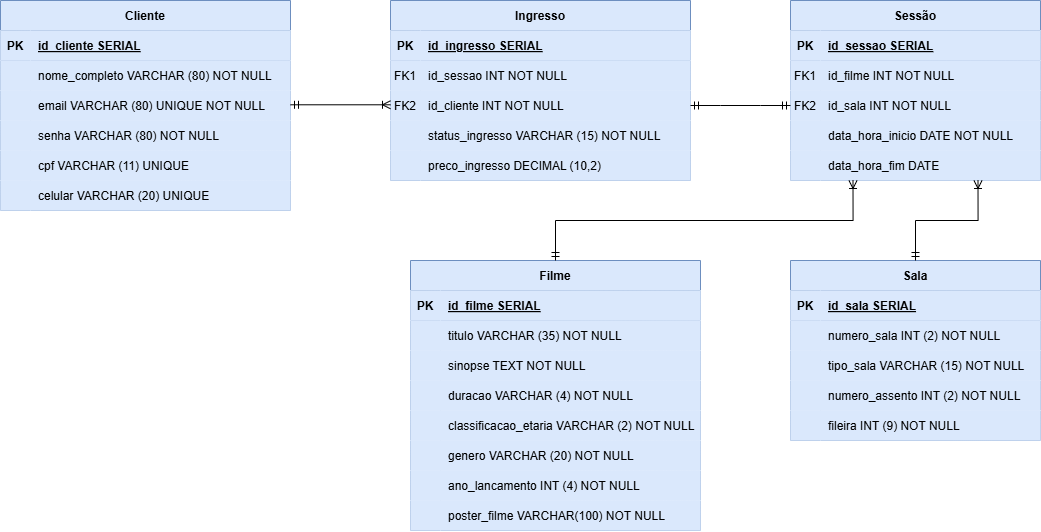
This is docs/modelagem/DER.drawio.png from jmr230584/backend-Devengers, a draw.io export, as it was before one commit. Source tidied: cells renumbered, new cells last; positions are measured from the earlier drawing's top-left corner, leaving out a move shared by most shapes.
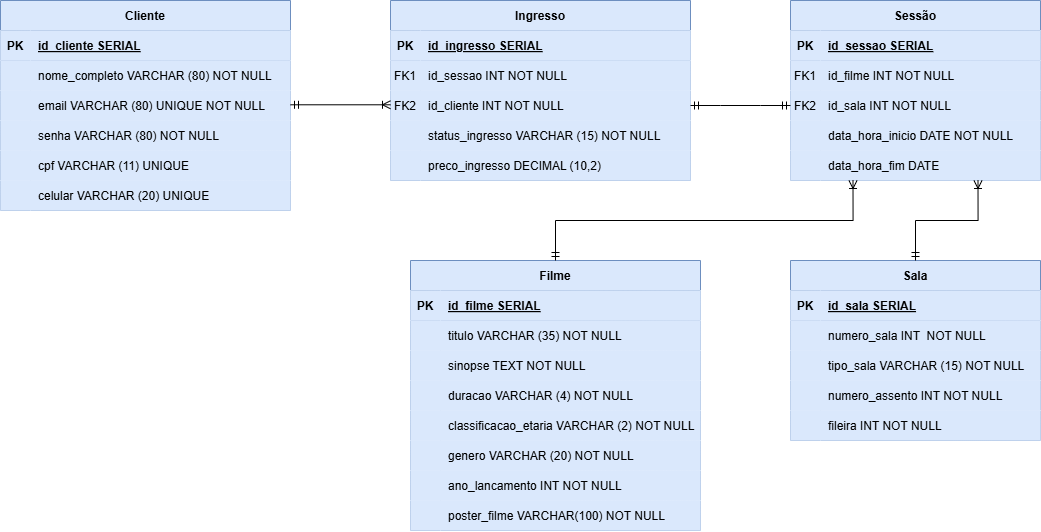
The same diagram one commit later.

Diff of the diagram source:
```diff
@@ -218,7 +218,7 @@
     <mxCell id="73" style="shape=partialRectangle;overflow=hidden;fillColor=#dae8fc;top=0;left=0;bottom=0;right=0;strokeColor=#6c8ebf;" parent="72" vertex="1">
       <mxGeometry width="30" height="30" as="geometry" />
     </mxCell>
-    <mxCell id="74" value="ano_lancamento INT (4) NOT NULL" style="shape=partialRectangle;overflow=hidden;fillColor=#dae8fc;top=0;left=0;bottom=0;right=0;align=left;spacingLeft=6;strokeColor=#6c8ebf;" parent="72" vertex="1">
+    <mxCell id="74" value="ano_lancamento INT NOT NULL" style="shape=partialRectangle;overflow=hidden;fillColor=#dae8fc;top=0;left=0;bottom=0;right=0;align=left;spacingLeft=6;strokeColor=#6c8ebf;" parent="72" vertex="1">
       <mxGeometry x="30" width="260" height="30" as="geometry" />
     </mxCell>
     <mxCell id="75" style="shape=partialRectangle;fillColor=#dae8fc;top=0;left=0;right=0;bottom=0;strokeColor=#6c8ebf;" parent="53" vertex="1">
@@ -248,7 +248,7 @@
     <mxCell id="83" style="shape=partialRectangle;overflow=hidden;fillColor=#dae8fc;top=0;left=0;bottom=0;right=0;strokeColor=#6c8ebf;" parent="82" vertex="1">
       <mxGeometry width="30" height="30" as="geometry" />
     </mxCell>
-    <mxCell id="84" value="numero_sala INT (2) NOT NULL" style="shape=partialRectangle;overflow=hidden;fillColor=#dae8fc;top=0;left=0;bottom=0;right=0;align=left;spacingLeft=6;strokeColor=#6c8ebf;" parent="82" vertex="1">
+    <mxCell id="84" value="numero_sala INT  NOT NULL" style="shape=partialRectangle;overflow=hidden;fillColor=#dae8fc;top=0;left=0;bottom=0;right=0;align=left;spacingLeft=6;strokeColor=#6c8ebf;" parent="82" vertex="1">
       <mxGeometry x="30" width="220" height="30" as="geometry" />
     </mxCell>
     <mxCell id="85" style="shape=partialRectangle;fillColor=#dae8fc;top=0;left=0;right=0;bottom=0;strokeColor=#6c8ebf;" parent="78" vertex="1">
@@ -266,7 +266,7 @@
     <mxCell id="89" style="shape=partialRectangle;overflow=hidden;fillColor=#dae8fc;top=0;left=0;bottom=0;right=0;strokeColor=#6c8ebf;" parent="88" vertex="1">
       <mxGeometry width="30" height="30" as="geometry" />
     </mxCell>
-    <mxCell id="90" value="numero_assento INT (2) NOT NULL" style="shape=partialRectangle;overflow=hidden;fillColor=#dae8fc;top=0;left=0;bottom=0;right=0;align=left;spacingLeft=6;strokeColor=#6c8ebf;" parent="88" vertex="1">
+    <mxCell id="90" value="numero_assento INT NOT NULL" style="shape=partialRectangle;overflow=hidden;fillColor=#dae8fc;top=0;left=0;bottom=0;right=0;align=left;spacingLeft=6;strokeColor=#6c8ebf;" parent="88" vertex="1">
       <mxGeometry x="30" width="220" height="30" as="geometry" />
     </mxCell>
     <mxCell id="91" style="shape=partialRectangle;fillColor=#dae8fc;top=0;left=0;right=0;bottom=0;strokeColor=#6c8ebf;" parent="78" vertex="1">
@@ -275,7 +275,7 @@
     <mxCell id="92" style="shape=partialRectangle;overflow=hidden;fillColor=#dae8fc;top=0;left=0;bottom=0;right=0;strokeColor=#6c8ebf;" parent="91" vertex="1">
       <mxGeometry width="30" height="30" as="geometry" />
     </mxCell>
-    <mxCell id="93" value="fileira INT (9) NOT NULL" style="shape=partialRectangle;overflow=hidden;fillColor=#dae8fc;top=0;left=0;bottom=0;right=0;align=left;spacingLeft=6;strokeColor=#6c8ebf;" parent="91" vertex="1">
+    <mxCell id="93" value="fileira INT NOT NULL" style="shape=partialRectangle;overflow=hidden;fillColor=#dae8fc;top=0;left=0;bottom=0;right=0;align=left;spacingLeft=6;strokeColor=#6c8ebf;" parent="91" vertex="1">
       <mxGeometry x="30" width="220" height="30" as="geometry" />
     </mxCell>
     <mxCell id="94" style="fontSize=12;html=1;endArrow=ERoneToMany;startArrow=ERmandOne;rounded=0;entryX=0;entryY=0.5;entryDx=0;entryDy=0;exitX=1;exitY=0.5;exitDx=0;exitDy=0;" parent="1" edge="1">
```
